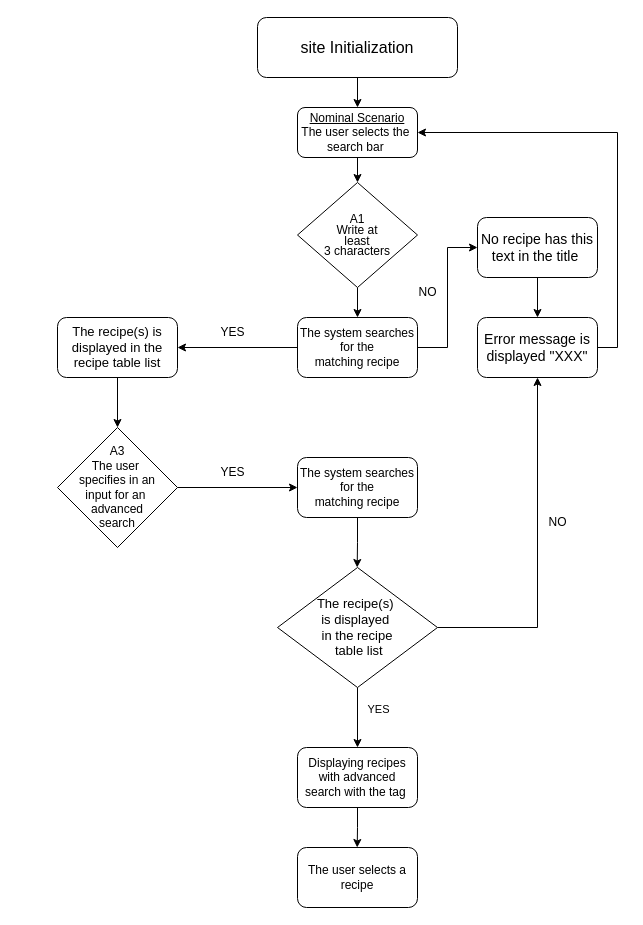
Before: RecipeSearchBarDiagram.drawio in Tigershark936/Les_petits_plats_D-veloppez_un_algorithme_de_recherche_en_JavaScript, a draw.io diagram. Source tidied: cells renumbered, new cells numbered last; positions are measured from the earlier drawing's top-left corner, leaving out a move shared by most shapes. Both pictures are drawn from the tidied source at 100%, with x=0, y=0 at pixel (57, 17).
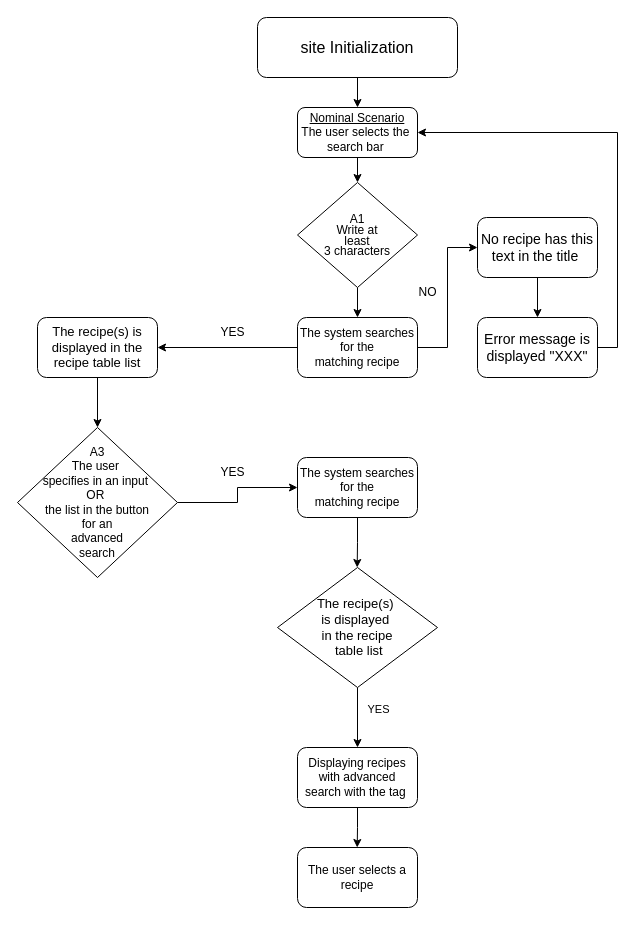
The same page after the edit.

Commit message:
Mettre à jour RecipeSearchBarDiagram.drawio

Unchanged cells that the change refers to:
```xml
<mxCell id="7" value="&lt;font style=&quot;font-size: 14px;&quot;&gt;Error message is displayed &quot;XXX&quot;&lt;/font&gt;" style="rounded=1;whiteSpace=wrap;html=1;" parent="1" vertex="1">
  <mxGeometry x="420" y="300" width="120" height="60" as="geometry" />
</mxCell>
<mxCell id="28" value="&lt;span style=&quot;font-size: 13px;&quot;&gt;The recipe(s)&amp;nbsp;&lt;/span&gt;&lt;div&gt;&lt;span style=&quot;font-size: 13px;&quot;&gt;is displayed&amp;nbsp;&lt;/span&gt;&lt;/div&gt;&lt;div&gt;&lt;span style=&quot;font-size: 13px;&quot;&gt;in the recipe&lt;/span&gt;&lt;/div&gt;&lt;div&gt;&lt;span style=&quot;font-size: 13px;&quot;&gt;&amp;nbsp;table list&lt;/span&gt;&lt;/div&gt;" style="rhombus;whiteSpace=wrap;html=1;" parent="1" vertex="1">
  <mxGeometry x="220" y="550" width="160" height="120" as="geometry" />
</mxCell>
```

Change to the diagram source:
```diff
@@
     <mxCell id="3" value="&lt;font style=&quot;font-size: 13px;&quot;&gt;The recipe(s) is displayed in the recipe table list&lt;/font&gt;" style="rounded=1;whiteSpace=wrap;html=1;" parent="1" vertex="1">
-      <mxGeometry y="300" width="120" height="60" as="geometry" />
+      <mxGeometry x="-20" y="300" width="120" height="60" as="geometry" />
     </mxCell>
@@
-    <mxCell id="21" value="&lt;div&gt;A3&lt;/div&gt;The user&amp;nbsp;&lt;div&gt;&lt;div&gt;specifies in an&lt;/div&gt;&lt;div&gt;input for an&amp;nbsp;&lt;div&gt;advanced&lt;/div&gt;&lt;div&gt;search&lt;/div&gt;&lt;/div&gt;&lt;/div&gt;" style="rhombus;whiteSpace=wrap;html=1;" parent="1" vertex="1">
-      <mxGeometry y="410" width="120" height="120" as="geometry" />
+    <mxCell id="21" value="&lt;div&gt;A3&lt;/div&gt;The user&amp;nbsp;&lt;div&gt;&lt;div&gt;specifies in an&amp;nbsp;&lt;span style=&quot;background-color: transparent; color: light-dark(rgb(0, 0, 0), rgb(255, 255, 255));&quot;&gt;input&amp;nbsp;&lt;/span&gt;&lt;/div&gt;&lt;div&gt;OR&amp;nbsp;&lt;/div&gt;&lt;div&gt;the list in the button&lt;/div&gt;&lt;div&gt;&amp;nbsp;for an&amp;nbsp;&lt;div&gt;advanced&lt;/div&gt;&lt;div&gt;search&lt;/div&gt;&lt;/div&gt;&lt;/div&gt;" style="rhombus;whiteSpace=wrap;html=1;" parent="1" vertex="1">
+      <mxGeometry x="-40" y="410" width="160" height="150" as="geometry" />
     </mxCell>
@@
-    <mxCell id="25" style="edgeStyle=orthogonalEdgeStyle;rounded=0;jettySize=auto;html=1;exitX=1;exitY=0.5;exitDx=0;exitDy=0;entryX=0.5;entryY=1;entryDx=0;entryDy=0;" parent="1" edge="1" source="28" target="7">
-      <mxGeometry relative="1" as="geometry" />
-    </mxCell>
@@
-    <mxCell id="29" value="NO" style="text;html=1;align=center;verticalAlign=middle;strokeColor=none;fillColor=none;" parent="1" vertex="1">
-      <mxGeometry x="480" y="490" width="40" height="30" as="geometry" />
-    </mxCell>
@@
+    <mxCell id="33" style="edgeStyle=orthogonalEdgeStyle;rounded=0;orthogonalLoop=1;jettySize=auto;html=1;exitX=0.5;exitY=1;exitDx=0;exitDy=0;" parent="1" edge="1" source="21" target="21">
+      <mxGeometry relative="1" as="geometry" />
+    </mxCell>
+    <mxCell id="34" style="edgeStyle=orthogonalEdgeStyle;rounded=0;orthogonalLoop=1;jettySize=auto;html=1;exitX=0.5;exitY=1;exitDx=0;exitDy=0;" parent="1" edge="1" source="21" target="21">
+      <mxGeometry relative="1" as="geometry" />
+    </mxCell>
```
